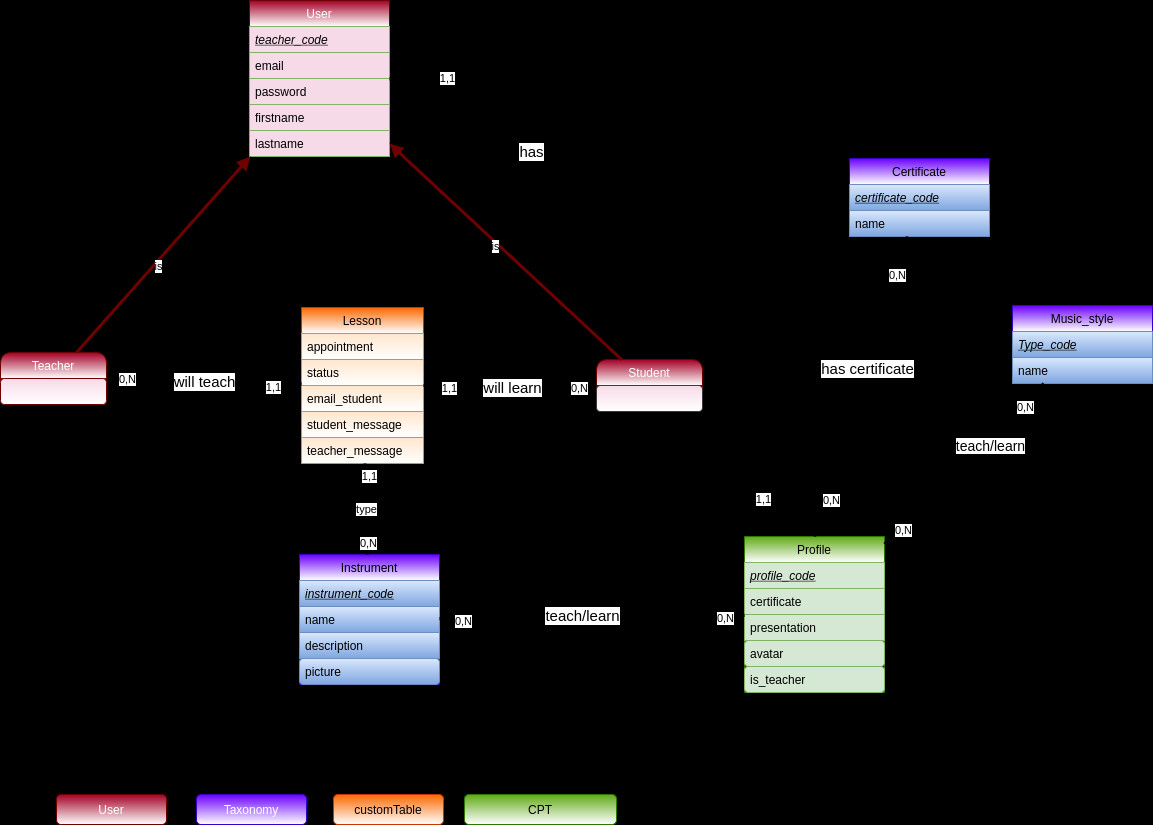
Above: _documentation/mcd.drawio.png in Brewalan74/InstrumentalForMe (draw.io), before the change. Source tidied: cells renumbered, new cells last; positions are measured from the earlier drawing's top-left corner, leaving out a move shared by most shapes.
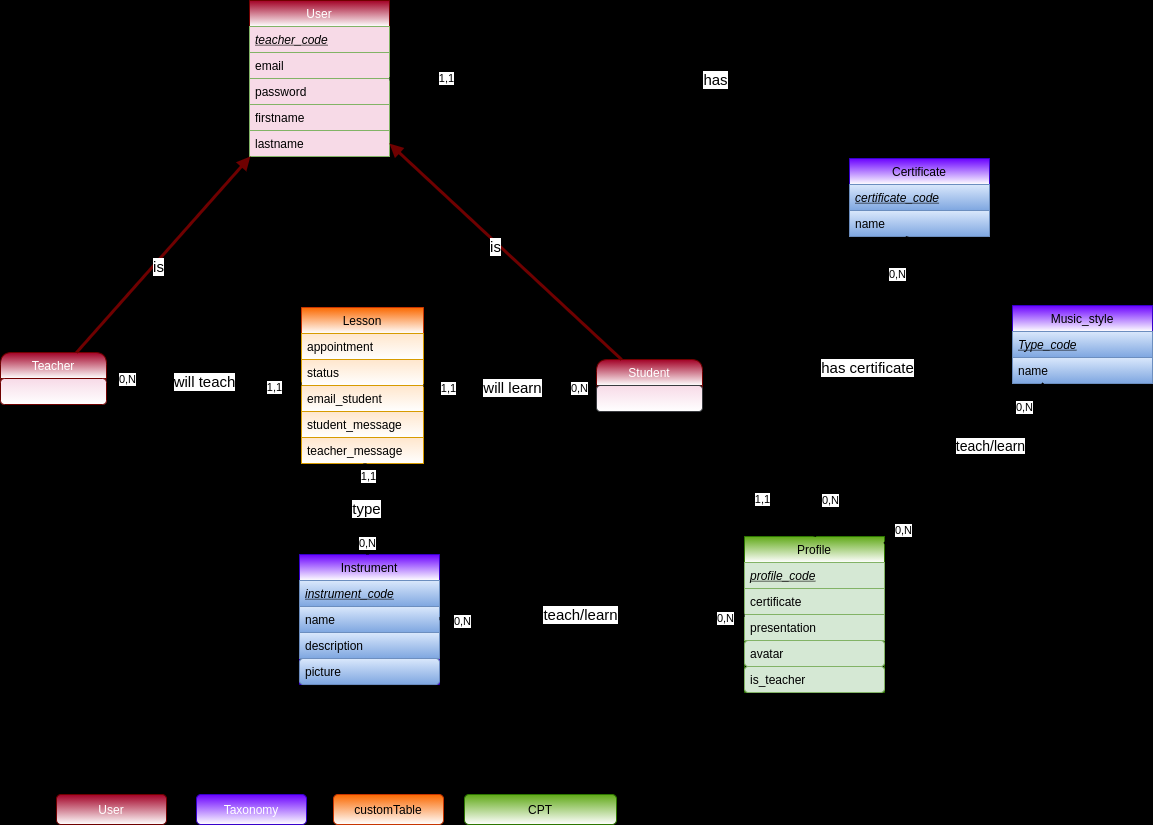
Above is the later version.

What changed in the source:
```diff
@@ -101,13 +101,13 @@
     <mxCell id="34" style="endArrow=block;html=1;endFill=1;strokeWidth=3;fillColor=#a20025;strokeColor=#6F0000;" parent="1" edge="1" source="26" target="7">
       <mxGeometry relative="1" as="geometry" />
     </mxCell>
-    <mxCell id="35" value="is" style="edgeLabel;html=1;align=center;verticalAlign=middle;" parent="34" vertex="1">
+    <mxCell id="35" value="&lt;font style=&quot;font-size: 15px&quot;&gt;is&lt;/font&gt;" style="edgeLabel;html=1;align=center;verticalAlign=middle;" parent="34" vertex="1">
       <mxGeometry x="-0.09" y="-3" relative="1" as="geometry" />
     </mxCell>
     <mxCell id="36" style="endArrow=block;html=1;endFill=1;strokeWidth=3;fillColor=#a20025;strokeColor=#6F0000;" parent="1" edge="1" source="24" target="7">
       <mxGeometry relative="1" as="geometry" />
     </mxCell>
-    <mxCell id="37" value="is" style="edgeLabel;html=1;align=center;verticalAlign=middle;" parent="36" vertex="1">
+    <mxCell id="37" value="&lt;font style=&quot;font-size: 15px&quot;&gt;is&lt;/font&gt;" style="edgeLabel;html=1;align=center;verticalAlign=middle;" parent="36" vertex="1">
       <mxGeometry x="0.07" y="2" relative="1" as="geometry">
         <mxPoint x="-1" as="offset" />
       </mxGeometry>
@@ -121,7 +121,7 @@
     </mxCell>
     <mxCell id="39" value="&lt;font style=&quot;font-size: 15px&quot;&gt;has&lt;/font&gt;" style="edgeLabel;html=1;align=center;verticalAlign=middle;" parent="38" vertex="1">
       <mxGeometry x="-0.09" y="-2" relative="1" as="geometry">
-        <mxPoint x="-226" y="-10" as="offset" />
+        <mxPoint x="-42" y="-82" as="offset" />
       </mxGeometry>
     </mxCell>
     <mxCell id="40" value="1,1" style="edgeLabel;html=1;align=center;verticalAlign=middle;" parent="38" vertex="1">
@@ -153,7 +153,7 @@
     <mxCell id="48" value="0,N" style="edgeLabel;html=1;align=center;verticalAlign=middle;" parent="45" vertex="1">
       <mxGeometry x="0.8" y="-2" relative="1" as="geometry" />
     </mxCell>
-    <mxCell id="49" value="type" style="endArrow=none;html=1;strokeWidth=3;" parent="1" edge="1" source="2" target="17">
+    <mxCell id="49" value="&lt;font style=&quot;font-size: 15px&quot;&gt;type&lt;/font&gt;" style="endArrow=none;html=1;strokeWidth=3;" parent="1" edge="1" source="2" target="17">
       <mxGeometry relative="1" as="geometry" />
     </mxCell>
     <mxCell id="50" value="0,N" style="edgeLabel;html=1;align=center;verticalAlign=middle;" parent="49" vertex="1">
```
